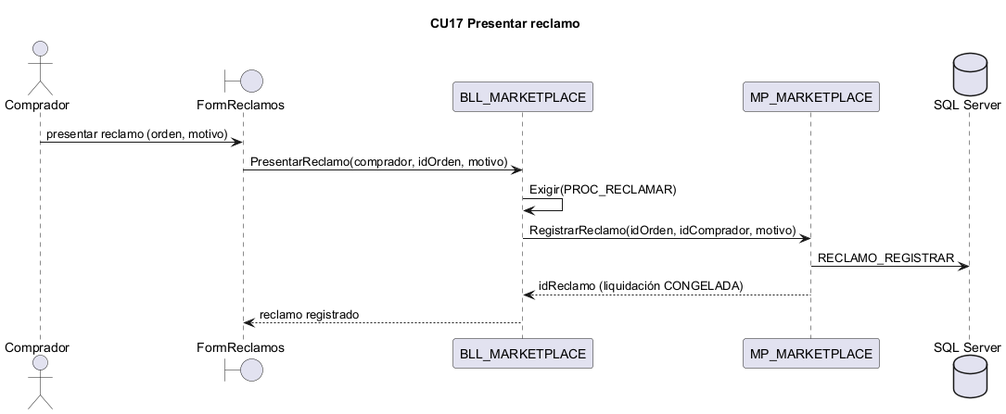
L-Muniz/uai-diploma_2026 keeps this PlantUML diagram as docs/diagramas/secuencias_png/CU17.png. Above is the earlier version.
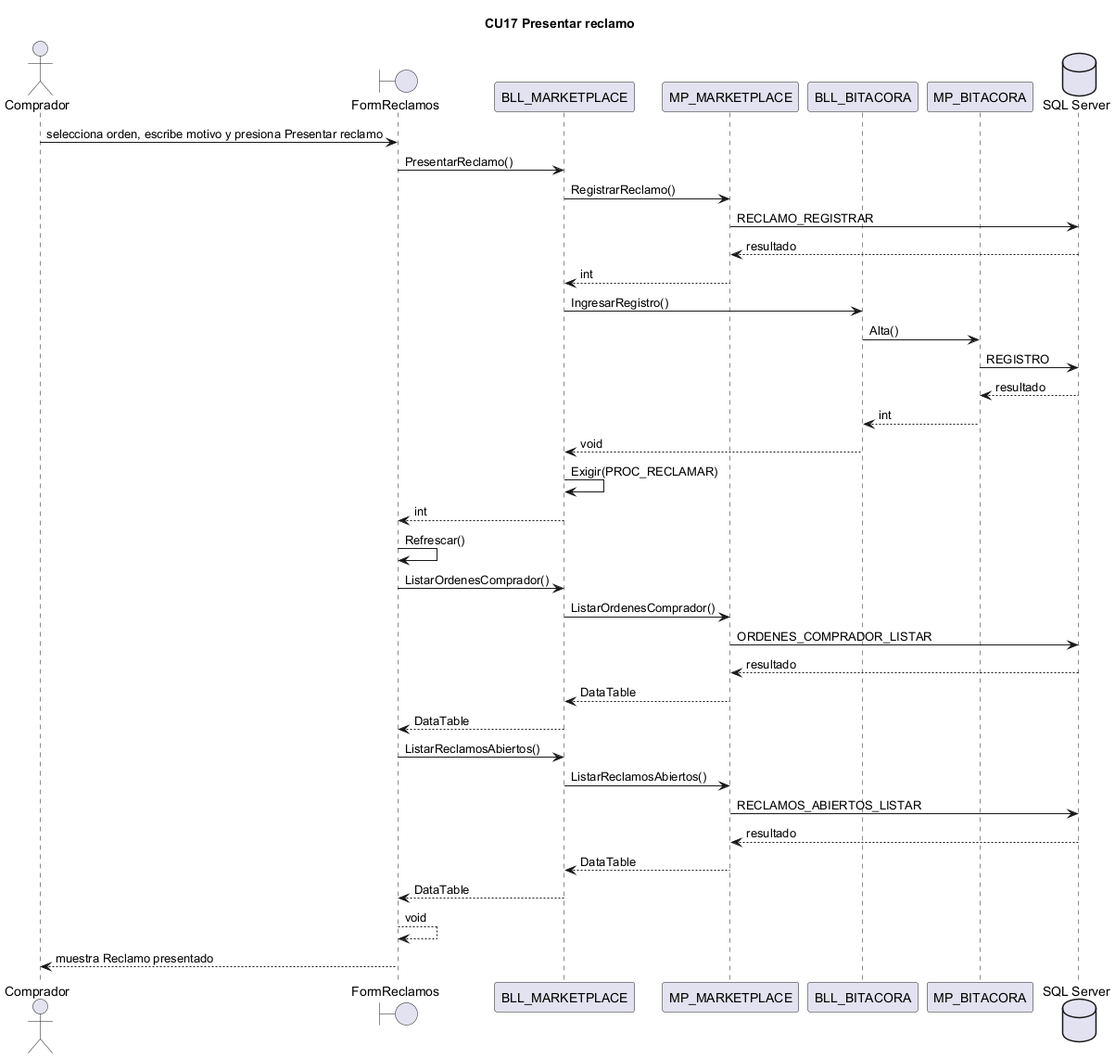
The same diagram one commit later.

Change to the diagram source:
```diff
@@ -1,15 +1,39 @@
 @startuml CU17
 title CU17 Presentar reclamo
-actor Comprador
-boundary "FormReclamos" as IU
-participant "BLL_MARKETPLACE" as BLL
-participant "MP_MARKETPLACE" as DAL
+actor "Comprador" as ACT
+boundary FormReclamos
+participant BLL_MARKETPLACE
+participant MP_MARKETPLACE
+participant BLL_BITACORA
+participant MP_BITACORA
 database "SQL Server" as BD
-Comprador -> IU : presentar reclamo (orden, motivo)
-IU -> BLL : PresentarReclamo(comprador, idOrden, motivo)
-BLL -> BLL : Exigir(PROC_RECLAMAR)
-BLL -> DAL : RegistrarReclamo(idOrden, idComprador, motivo)
-DAL -> BD : RECLAMO_REGISTRAR
-DAL --> BLL : idReclamo (liquidación CONGELADA)
-BLL --> IU : reclamo registrado
+ACT -> FormReclamos : selecciona orden, escribe motivo y presiona Presentar reclamo
+FormReclamos -> BLL_MARKETPLACE : PresentarReclamo()
+BLL_MARKETPLACE -> MP_MARKETPLACE : RegistrarReclamo()
+MP_MARKETPLACE -> BD : RECLAMO_REGISTRAR
+BD --> MP_MARKETPLACE : resultado
+MP_MARKETPLACE --> BLL_MARKETPLACE : int
+BLL_MARKETPLACE -> BLL_BITACORA : IngresarRegistro()
+BLL_BITACORA -> MP_BITACORA : Alta()
+MP_BITACORA -> BD : REGISTRO
+BD --> MP_BITACORA : resultado
+MP_BITACORA --> BLL_BITACORA : int
+BLL_BITACORA --> BLL_MARKETPLACE : void
+BLL_MARKETPLACE -> BLL_MARKETPLACE : Exigir(PROC_RECLAMAR)
+BLL_MARKETPLACE --> FormReclamos : int
+FormReclamos -> FormReclamos : Refrescar()
+FormReclamos -> BLL_MARKETPLACE : ListarOrdenesComprador()
+BLL_MARKETPLACE -> MP_MARKETPLACE : ListarOrdenesComprador()
+MP_MARKETPLACE -> BD : ORDENES_COMPRADOR_LISTAR
+BD --> MP_MARKETPLACE : resultado
+MP_MARKETPLACE --> BLL_MARKETPLACE : DataTable
+BLL_MARKETPLACE --> FormReclamos : DataTable
+FormReclamos -> BLL_MARKETPLACE : ListarReclamosAbiertos()
+BLL_MARKETPLACE -> MP_MARKETPLACE : ListarReclamosAbiertos()
+MP_MARKETPLACE -> BD : RECLAMOS_ABIERTOS_LISTAR
+BD --> MP_MARKETPLACE : resultado
+MP_MARKETPLACE --> BLL_MARKETPLACE : DataTable
+BLL_MARKETPLACE --> FormReclamos : DataTable
+FormReclamos --> FormReclamos : void
+FormReclamos --> ACT : muestra Reclamo presentado
 @enduml
```
